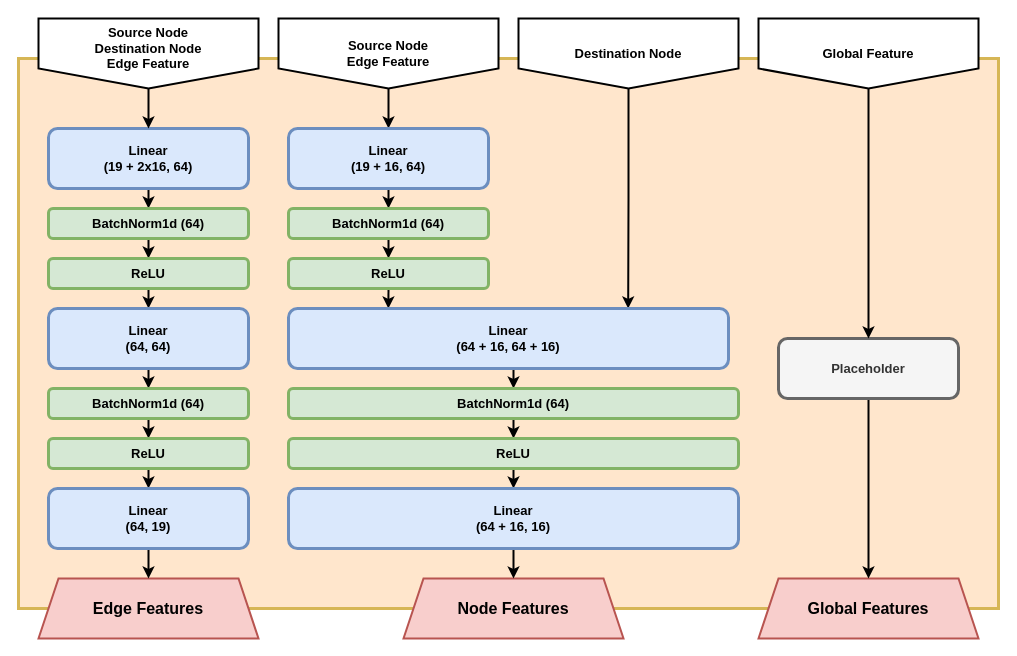
RockPie/ssi_if_project keeps this draw.io diagram as page "MetaLayer" (1 of 4) of Node_Edge_Classification/NetStructures.drawio. Above is the earlier version. Source tidied: cells renumbered, new cells numbered last; positions are measured from the earlier drawing's top-left corner, leaving out a move shared by most shapes. Both pictures are drawn from the tidied source at 100%, with x=0, y=0 at pixel (18, 18).
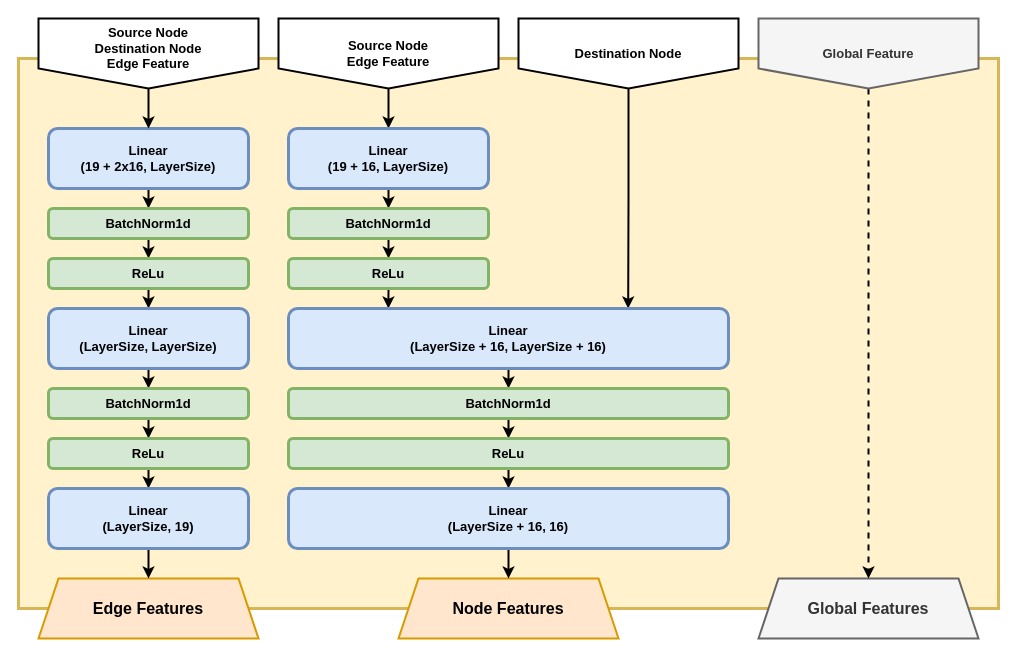
The same page after the edit.

What changed in the source:
```diff
@@
-    <mxCell id="2" style="rounded=0;whiteSpace=wrap;html=1;strokeWidth=3;fillColor=#FFE6CC;strokeColor=#d6b656;perimeterSpacing=1;gradientColor=none;" parent="1" vertex="1">
+    <mxCell id="2" style="rounded=0;whiteSpace=wrap;html=1;strokeWidth=3;fillColor=#fff2cc;strokeColor=#d6b656;perimeterSpacing=1;" parent="1" vertex="1">
       <mxGeometry y="40" width="980" height="550" as="geometry" />
     </mxCell>
-    <mxCell id="3" value="Edge Features" style="shape=trapezoid;perimeter=trapezoidPerimeter;whiteSpace=wrap;html=1;fixedSize=1;strokeWidth=2;fillColor=#f8cecc;strokeColor=#b85450;fontStyle=1;fontSize=16;" parent="1" vertex="1">
+    <mxCell id="3" value="Edge Features" style="shape=trapezoid;perimeter=trapezoidPerimeter;whiteSpace=wrap;html=1;fixedSize=1;strokeWidth=2;fillColor=#ffe6cc;strokeColor=#d79b00;fontStyle=1;fontSize=16;" parent="1" vertex="1">
       <mxGeometry x="20" y="560" width="220" height="60" as="geometry" />
     </mxCell>
-    <mxCell id="4" value="Node Features" style="shape=trapezoid;perimeter=trapezoidPerimeter;whiteSpace=wrap;html=1;fixedSize=1;strokeWidth=2;fillColor=#f8cecc;strokeColor=#b85450;fontStyle=1;fontSize=16;" parent="1" vertex="1">
-      <mxGeometry x="385" y="560" width="220" height="60" as="geometry" />
+    <mxCell id="4" value="Node Features" style="shape=trapezoid;perimeter=trapezoidPerimeter;whiteSpace=wrap;html=1;fixedSize=1;strokeWidth=2;fillColor=#ffe6cc;strokeColor=#d79b00;fontStyle=1;fontSize=16;" parent="1" vertex="1">
+      <mxGeometry x="380" y="560" width="220" height="60" as="geometry" />
     </mxCell>
-    <mxCell id="5" value="Global Features" style="shape=trapezoid;perimeter=trapezoidPerimeter;whiteSpace=wrap;html=1;fixedSize=1;strokeWidth=2;fillColor=#f8cecc;strokeColor=#b85450;fontStyle=1;fontSize=16;" parent="1" vertex="1">
+    <mxCell id="5" value="Global Features" style="shape=trapezoid;perimeter=trapezoidPerimeter;whiteSpace=wrap;html=1;fixedSize=1;strokeWidth=2;fillColor=#f5f5f5;strokeColor=#666666;fontStyle=1;fontSize=16;fontColor=#333333;" parent="1" vertex="1">
       <mxGeometry x="740" y="560" width="220" height="60" as="geometry" />
     </mxCell>
@@
-    <mxCell id="7" value="Linear &lt;br style=&quot;font-size: 13px;&quot;&gt;(19 + 2x16, 64)" style="rounded=1;whiteSpace=wrap;html=1;fillColor=#dae8fc;strokeColor=#6c8ebf;strokeWidth=3;fontFamily=Avenir;fontSize=13;fontStyle=1;" parent="1" vertex="1">
+    <mxCell id="7" value="Linear &lt;br style=&quot;font-size: 13px;&quot;&gt;(19 + 2x16, LayerSize)" style="rounded=1;whiteSpace=wrap;html=1;fillColor=#dae8fc;strokeColor=#6c8ebf;strokeWidth=3;fontFamily=Avenir;fontSize=13;fontStyle=1;" parent="1" vertex="1">
       <mxGeometry x="30" y="110" width="200" height="60" as="geometry" />
     </mxCell>
@@
-    <mxCell id="9" value="BatchNorm1d (64)" style="rounded=1;whiteSpace=wrap;html=1;fillColor=#d5e8d4;strokeColor=#82b366;strokeWidth=3;fontFamily=Avenir;fontSize=13;fontStyle=1;" parent="1" vertex="1">
+    <mxCell id="9" value="BatchNorm1d" style="rounded=1;whiteSpace=wrap;html=1;fillColor=#d5e8d4;strokeColor=#82b366;strokeWidth=3;fontFamily=Avenir;fontSize=13;fontStyle=1;" parent="1" vertex="1">
       <mxGeometry x="30" y="190" width="200" height="30" as="geometry" />
     </mxCell>
@@
-    <mxCell id="11" value="ReLU" style="rounded=1;whiteSpace=wrap;html=1;fillColor=#d5e8d4;strokeColor=#82b366;strokeWidth=3;fontFamily=Avenir;fontSize=13;fontStyle=1;" parent="1" vertex="1">
+    <mxCell id="11" value="ReLu" style="rounded=1;whiteSpace=wrap;html=1;fillColor=#d5e8d4;strokeColor=#82b366;strokeWidth=3;fontFamily=Avenir;fontSize=13;fontStyle=1;" parent="1" vertex="1">
       <mxGeometry x="30" y="240" width="200" height="30" as="geometry" />
     </mxCell>
-    <mxCell id="12" style="edgeStyle=orthogonalEdgeStyle;rounded=0;jettySize=auto;html=1;exitX=0.5;exitY=1;exitDx=0;exitDy=0;entryX=0.5;entryY=0;entryDx=0;entryDy=0;strokeWidth=2;" parent="1" edge="1" source="13" target="5">
-      <mxGeometry relative="1" as="geometry" />
-    </mxCell>
-    <mxCell id="13" value="Placeholder" style="rounded=1;whiteSpace=wrap;html=1;fillColor=#f5f5f5;strokeColor=#666666;strokeWidth=3;fontFamily=Avenir;fontSize=13;fontStyle=1;fontColor=#333333;" parent="1" vertex="1">
-      <mxGeometry x="760" y="320" width="180" height="60" as="geometry" />
-    </mxCell>
@@
-    <mxCell id="20" style="edgeStyle=orthogonalEdgeStyle;rounded=0;jettySize=auto;html=1;exitX=0.5;exitY=1;exitDx=0;exitDy=0;entryX=0.5;entryY=0;entryDx=0;entryDy=0;strokeWidth=2;" parent="1" edge="1" source="21" target="13">
-      <mxGeometry relative="1" as="geometry" />
-    </mxCell>
+    <mxCell id="44" style="edgeStyle=orthogonalEdgeStyle;rounded=0;jettySize=auto;html=1;exitX=0.5;exitY=1;exitDx=0;exitDy=0;entryX=0.5;entryY=0;entryDx=0;entryDy=0;strokeWidth=2;dashed=1;" parent="1" edge="1" source="21" target="5">
+      <mxGeometry relative="1" as="geometry" />
+    </mxCell>
-    <mxCell id="21" value="Global Feature" style="shape=offPageConnector;whiteSpace=wrap;html=1;strokeWidth=2;fontFamily=Avenir;fontSize=13;fontStyle=1;size=0.2857142857142857;verticalAlign=middle;" parent="1" vertex="1">
+    <mxCell id="21" value="Global Feature" style="shape=offPageConnector;whiteSpace=wrap;html=1;strokeWidth=2;fontFamily=Avenir;fontSize=13;fontStyle=1;size=0.2857142857142857;verticalAlign=middle;fillColor=#f5f5f5;fontColor=#333333;strokeColor=#666666;" parent="1" vertex="1">
       <mxGeometry x="740" width="220" height="70" as="geometry" />
     </mxCell>
@@
-    <mxCell id="23" value="Linear &lt;br style=&quot;font-size: 13px;&quot;&gt;(64, 64)" style="rounded=1;whiteSpace=wrap;html=1;fillColor=#dae8fc;strokeColor=#6c8ebf;strokeWidth=3;fontFamily=Avenir;fontSize=13;fontStyle=1;" parent="1" vertex="1">
+    <mxCell id="23" value="Linear &lt;br style=&quot;font-size: 13px;&quot;&gt;(LayerSize, LayerSize)" style="rounded=1;whiteSpace=wrap;html=1;fillColor=#dae8fc;strokeColor=#6c8ebf;strokeWidth=3;fontFamily=Avenir;fontSize=13;fontStyle=1;" parent="1" vertex="1">
       <mxGeometry x="30" y="290" width="200" height="60" as="geometry" />
     </mxCell>
@@
-    <mxCell id="25" value="BatchNorm1d (64)" style="rounded=1;whiteSpace=wrap;html=1;fillColor=#d5e8d4;strokeColor=#82b366;strokeWidth=3;fontFamily=Avenir;fontSize=13;fontStyle=1;" parent="1" vertex="1">
+    <mxCell id="25" value="BatchNorm1d" style="rounded=1;whiteSpace=wrap;html=1;fillColor=#d5e8d4;strokeColor=#82b366;strokeWidth=3;fontFamily=Avenir;fontSize=13;fontStyle=1;" parent="1" vertex="1">
       <mxGeometry x="30" y="370" width="200" height="30" as="geometry" />
     </mxCell>
@@
-    <mxCell id="27" value="ReLU" style="rounded=1;whiteSpace=wrap;html=1;fillColor=#d5e8d4;strokeColor=#82b366;strokeWidth=3;fontFamily=Avenir;fontSize=13;fontStyle=1;" parent="1" vertex="1">
+    <mxCell id="27" value="ReLu" style="rounded=1;whiteSpace=wrap;html=1;fillColor=#d5e8d4;strokeColor=#82b366;strokeWidth=3;fontFamily=Avenir;fontSize=13;fontStyle=1;" parent="1" vertex="1">
       <mxGeometry x="30" y="420" width="200" height="30" as="geometry" />
     </mxCell>
@@
-    <mxCell id="29" value="Linear &lt;br style=&quot;font-size: 13px;&quot;&gt;(64, 19)" style="rounded=1;whiteSpace=wrap;html=1;fillColor=#dae8fc;strokeColor=#6c8ebf;strokeWidth=3;fontFamily=Avenir;fontSize=13;fontStyle=1;" parent="1" vertex="1">
+    <mxCell id="29" value="Linear &lt;br style=&quot;font-size: 13px;&quot;&gt;(LayerSize, 19)" style="rounded=1;whiteSpace=wrap;html=1;fillColor=#dae8fc;strokeColor=#6c8ebf;strokeWidth=3;fontFamily=Avenir;fontSize=13;fontStyle=1;" parent="1" vertex="1">
       <mxGeometry x="30" y="470" width="200" height="60" as="geometry" />
     </mxCell>
@@
-    <mxCell id="31" value="Linear &lt;br style=&quot;font-size: 13px;&quot;&gt;(19 + 16, 64)" style="rounded=1;whiteSpace=wrap;html=1;fillColor=#dae8fc;strokeColor=#6c8ebf;strokeWidth=3;fontFamily=Avenir;fontSize=13;fontStyle=1;" parent="1" vertex="1">
+    <mxCell id="31" value="Linear &lt;br style=&quot;font-size: 13px;&quot;&gt;(19 + 16, LayerSize)" style="rounded=1;whiteSpace=wrap;html=1;fillColor=#dae8fc;strokeColor=#6c8ebf;strokeWidth=3;fontFamily=Avenir;fontSize=13;fontStyle=1;" parent="1" vertex="1">
       <mxGeometry x="270" y="110" width="200" height="60" as="geometry" />
     </mxCell>
@@
-    <mxCell id="33" value="BatchNorm1d (64)" style="rounded=1;whiteSpace=wrap;html=1;fillColor=#d5e8d4;strokeColor=#82b366;strokeWidth=3;fontFamily=Avenir;fontSize=13;fontStyle=1;" parent="1" vertex="1">
+    <mxCell id="33" value="BatchNorm1d" style="rounded=1;whiteSpace=wrap;html=1;fillColor=#d5e8d4;strokeColor=#82b366;strokeWidth=3;fontFamily=Avenir;fontSize=13;fontStyle=1;" parent="1" vertex="1">
       <mxGeometry x="270" y="190" width="200" height="30" as="geometry" />
     </mxCell>
@@
-    <mxCell id="35" value="ReLU" style="rounded=1;whiteSpace=wrap;html=1;fillColor=#d5e8d4;strokeColor=#82b366;strokeWidth=3;fontFamily=Avenir;fontSize=13;fontStyle=1;" parent="1" vertex="1">
+    <mxCell id="35" value="ReLu" style="rounded=1;whiteSpace=wrap;html=1;fillColor=#d5e8d4;strokeColor=#82b366;strokeWidth=3;fontFamily=Avenir;fontSize=13;fontStyle=1;" parent="1" vertex="1">
       <mxGeometry x="270" y="240" width="200" height="30" as="geometry" />
     </mxCell>
@@
-    <mxCell id="37" value="Linear &lt;br style=&quot;font-size: 13px;&quot;&gt;(64 + 16, 64 + 16)" style="rounded=1;whiteSpace=wrap;html=1;fillColor=#dae8fc;strokeColor=#6c8ebf;strokeWidth=3;fontFamily=Avenir;fontSize=13;fontStyle=1;" parent="1" vertex="1">
+    <mxCell id="37" value="Linear &lt;br style=&quot;font-size: 13px;&quot;&gt;(LayerSize + 16, LayerSize + 16)" style="rounded=1;whiteSpace=wrap;html=1;fillColor=#dae8fc;strokeColor=#6c8ebf;strokeWidth=3;fontFamily=Avenir;fontSize=13;fontStyle=1;" parent="1" vertex="1">
       <mxGeometry x="270" y="290" width="440" height="60" as="geometry" />
     </mxCell>
@@
-    <mxCell id="39" value="BatchNorm1d (64)" style="rounded=1;whiteSpace=wrap;html=1;fillColor=#d5e8d4;strokeColor=#82b366;strokeWidth=3;fontFamily=Avenir;fontSize=13;fontStyle=1;" parent="1" vertex="1">
-      <mxGeometry x="270" y="370" width="450" height="30" as="geometry" />
+    <mxCell id="39" value="BatchNorm1d" style="rounded=1;whiteSpace=wrap;html=1;fillColor=#d5e8d4;strokeColor=#82b366;strokeWidth=3;fontFamily=Avenir;fontSize=13;fontStyle=1;" parent="1" vertex="1">
+      <mxGeometry x="270" y="370" width="440" height="30" as="geometry" />
     </mxCell>
@@
-    <mxCell id="41" value="ReLU" style="rounded=1;whiteSpace=wrap;html=1;fillColor=#d5e8d4;strokeColor=#82b366;strokeWidth=3;fontFamily=Avenir;fontSize=13;fontStyle=1;" parent="1" vertex="1">
-      <mxGeometry x="270" y="420" width="450" height="30" as="geometry" />
+    <mxCell id="41" value="ReLu" style="rounded=1;whiteSpace=wrap;html=1;fillColor=#d5e8d4;strokeColor=#82b366;strokeWidth=3;fontFamily=Avenir;fontSize=13;fontStyle=1;" parent="1" vertex="1">
+      <mxGeometry x="270" y="420" width="440" height="30" as="geometry" />
     </mxCell>
@@
-    <mxCell id="43" value="Linear &lt;br style=&quot;font-size: 13px;&quot;&gt;(64 + 16, 16)" style="rounded=1;whiteSpace=wrap;html=1;fillColor=#dae8fc;strokeColor=#6c8ebf;strokeWidth=3;fontFamily=Avenir;fontSize=13;fontStyle=1;" parent="1" vertex="1">
-      <mxGeometry x="270" y="470" width="450" height="60" as="geometry" />
+    <mxCell id="43" value="Linear &lt;br style=&quot;font-size: 13px;&quot;&gt;(LayerSize&amp;nbsp;+ 16, 16)" style="rounded=1;whiteSpace=wrap;html=1;fillColor=#dae8fc;strokeColor=#6c8ebf;strokeWidth=3;fontFamily=Avenir;fontSize=13;fontStyle=1;" parent="1" vertex="1">
+      <mxGeometry x="270" y="470" width="440" height="60" as="geometry" />
     </mxCell>
```
